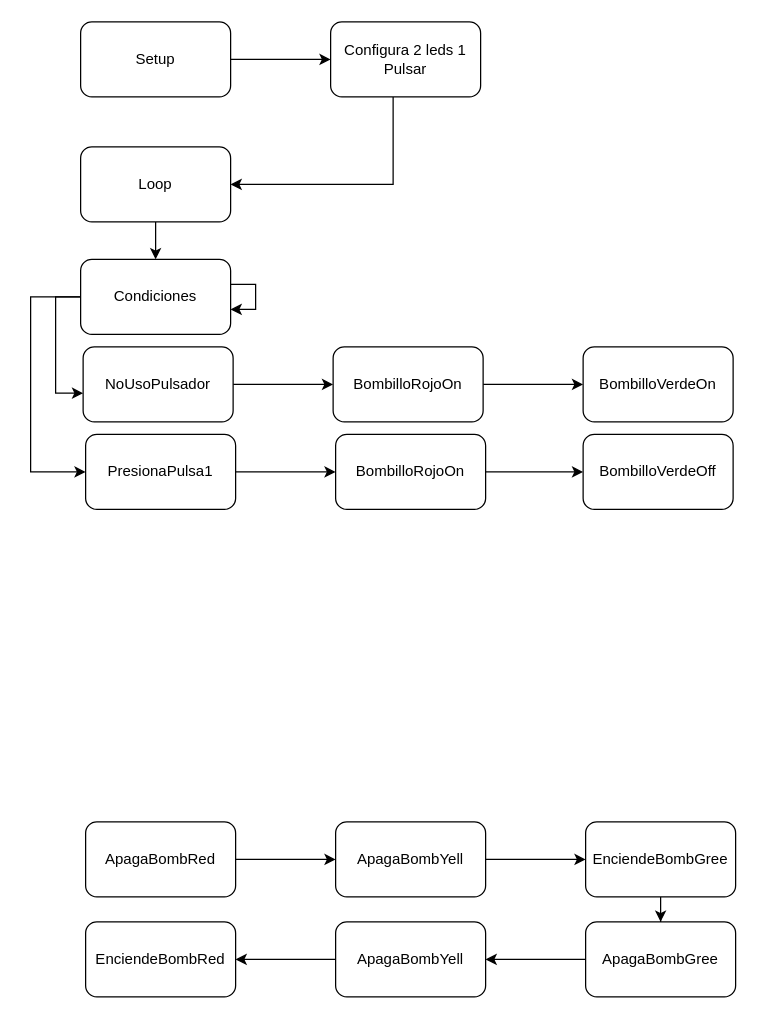
Before: 2Led1Pulsar.drawio in Edwinb876/ElectivaIV, a draw.io diagram. Source tidied: cells renumbered, new cells numbered last; positions are measured from the earlier drawing's top-left corner, leaving out a move shared by most shapes. Both pictures are drawn from the tidied source at 125%, with x=0, y=0 at pixel (30, 21).
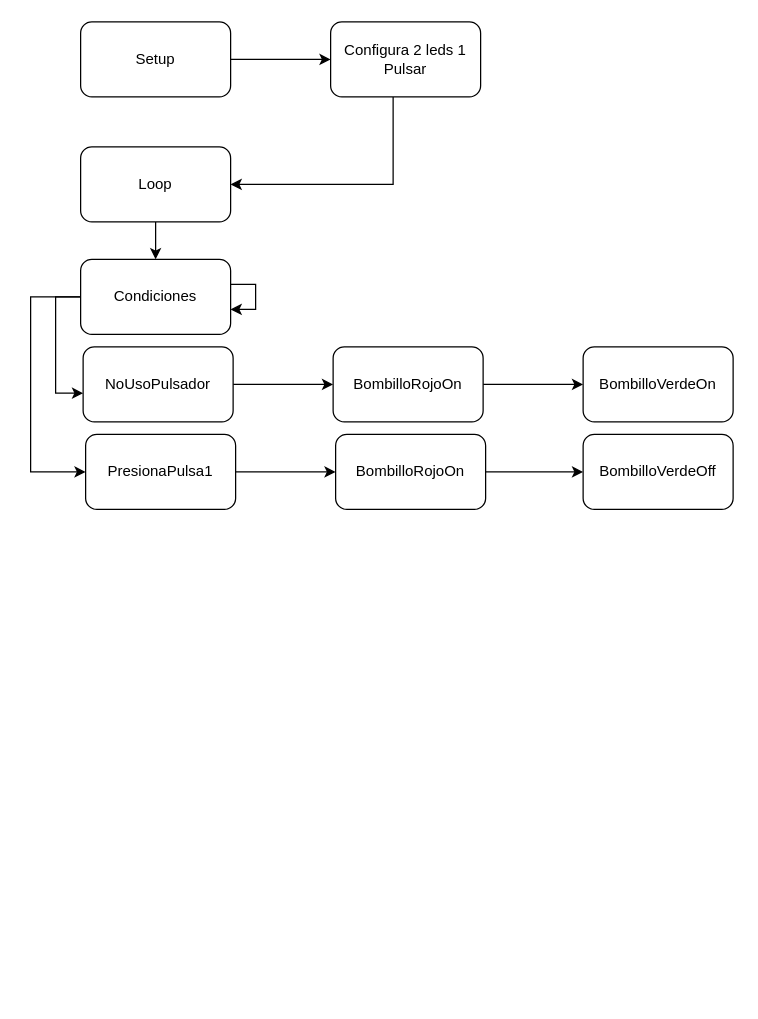
Above is the later version.

The edit, as a diff of the source:
```diff
@@
-    <mxCell id="20" style="edgeStyle=orthogonalEdgeStyle;rounded=0;jettySize=auto;html=1;" parent="1" edge="1" source="21" target="23">
-      <mxGeometry relative="1" as="geometry" />
-    </mxCell>
-    <mxCell id="21" value="ApagaBombRed" style="whiteSpace=wrap;html=1;rounded=1;" parent="1" vertex="1">
-      <mxGeometry x="44" y="640" width="120" height="60" as="geometry" />
-    </mxCell>
-    <mxCell id="22" style="edgeStyle=orthogonalEdgeStyle;rounded=0;jettySize=auto;html=1;" parent="1" edge="1" source="23" target="25">
-      <mxGeometry relative="1" as="geometry" />
-    </mxCell>
-    <mxCell id="23" value="ApagaBombYell" style="whiteSpace=wrap;html=1;rounded=1;" parent="1" vertex="1">
-      <mxGeometry x="244" y="640" width="120" height="60" as="geometry" />
-    </mxCell>
-    <mxCell id="24" style="edgeStyle=orthogonalEdgeStyle;rounded=0;jettySize=auto;html=1;" parent="1" edge="1" source="25" target="30">
-      <mxGeometry relative="1" as="geometry" />
-    </mxCell>
-    <mxCell id="25" value="EnciendeBombGree" style="whiteSpace=wrap;html=1;rounded=1;" parent="1" vertex="1">
-      <mxGeometry x="444" y="640" width="120" height="60" as="geometry" />
-    </mxCell>
-    <mxCell id="26" style="edgeStyle=orthogonalEdgeStyle;rounded=0;jettySize=auto;html=1;" parent="1" edge="1" source="29" target="27">
-      <mxGeometry relative="1" as="geometry" />
-    </mxCell>
-    <mxCell id="27" value="EnciendeBombRed" style="whiteSpace=wrap;html=1;rounded=1;" parent="1" vertex="1">
-      <mxGeometry x="44" y="720" width="120" height="60" as="geometry" />
-    </mxCell>
-    <mxCell id="28" style="edgeStyle=orthogonalEdgeStyle;rounded=0;jettySize=auto;html=1;" parent="1" edge="1" source="30" target="29">
-      <mxGeometry relative="1" as="geometry" />
-    </mxCell>
-    <mxCell id="29" value="ApagaBombYell" style="whiteSpace=wrap;html=1;rounded=1;" parent="1" vertex="1">
-      <mxGeometry x="244" y="720" width="120" height="60" as="geometry" />
-    </mxCell>
-    <mxCell id="30" value="ApagaBombGree" style="whiteSpace=wrap;html=1;rounded=1;" parent="1" vertex="1">
-      <mxGeometry x="444" y="720" width="120" height="60" as="geometry" />
-    </mxCell>
```
